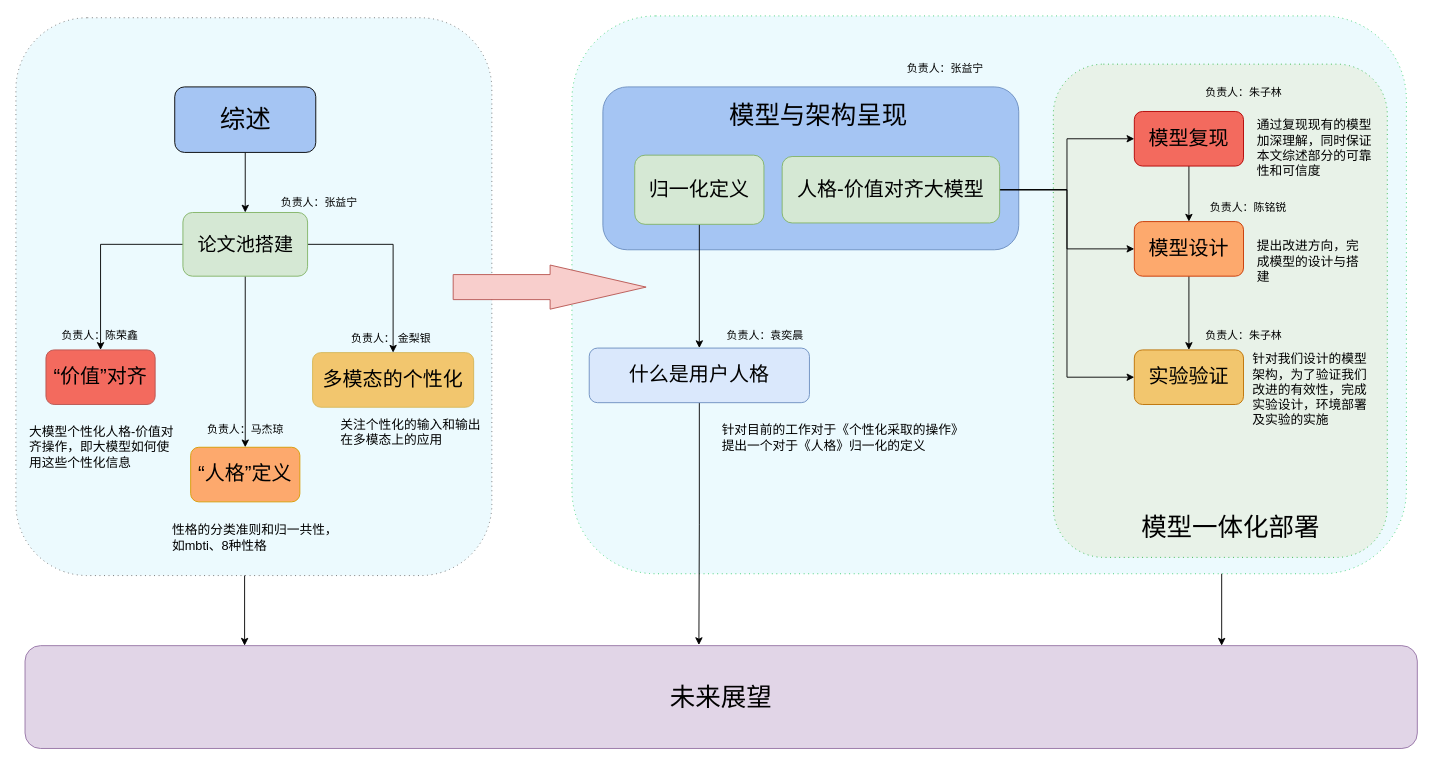
The draw.io diagram 人机交互项目框图.drawio in ZYNsama666/BackUp, before the edit. Source tidied: cells renumbered, new cells numbered last; positions are measured from the earlier drawing's top-left corner, leaving out a move shared by most shapes. Both pictures are drawn from the tidied source at 91%, with x=0, y=0 at pixel (15, 15).
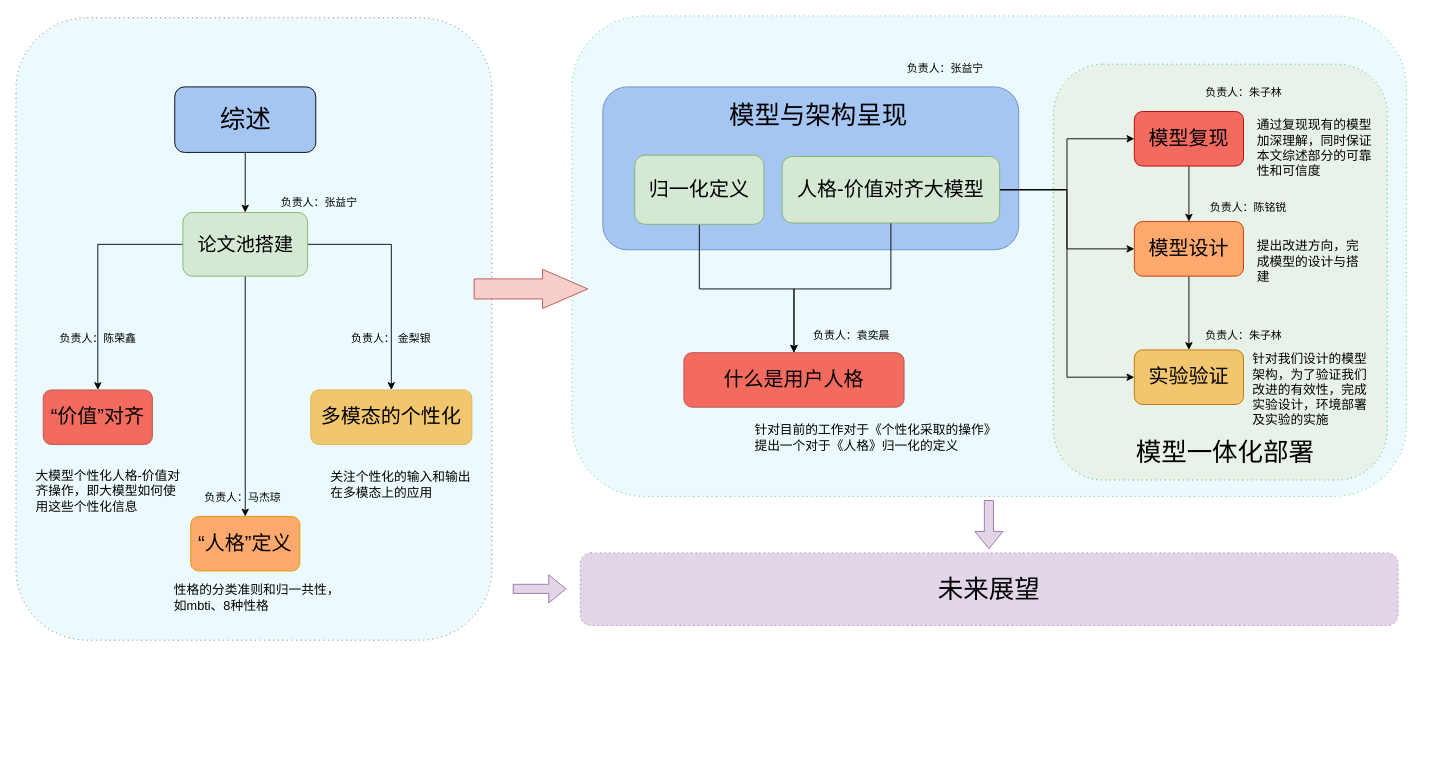
The same diagram, later.

Commit message:
更新人机交互项目框图.drawio

Unchanged cells that the change refers to:
```xml
<mxCell id="8" value="&lt;font style=&quot;font-size: 22px;&quot;&gt;归一化定义&lt;/font&gt;" style="rounded=1;whiteSpace=wrap;html=1;fillColor=#d5e8d4;strokeColor=#82b366;" parent="1" vertex="1">
  <mxGeometry x="680" y="153" width="142" height="76" as="geometry" />
</mxCell>
<mxCell id="13" value="&lt;font style=&quot;font-size: 22px;&quot;&gt;人格-价值对齐大模型&lt;/font&gt;" style="rounded=1;whiteSpace=wrap;html=1;fillColor=#d5e8d4;strokeColor=#82b366;" parent="1" vertex="1">
  <mxGeometry x="842" y="154.5" width="239" height="73" as="geometry" />
</mxCell>
```

Change to the diagram source:
```diff
@@
-    <mxCell id="2" style="endArrow=classic;html=1;rounded=0;entryX=0.485;entryY=0.003;entryDx=0;entryDy=0;entryPerimeter=0;" parent="1" edge="1">
-      <mxGeometry relative="1" as="geometry">
-        <mxPoint x="1325" y="427" as="sourcePoint" />
-        <mxPoint x="1325" y="692" as="targetPoint" />
-      </mxGeometry>
-    </mxCell>
-    <mxCell id="3" style="endArrow=classic;html=1;rounded=0;" parent="1" edge="1">
-      <mxGeometry relative="1" as="geometry">
-        <mxPoint x="251.3" y="457" as="sourcePoint" />
-        <mxPoint x="251.3" y="692" as="targetPoint" />
-      </mxGeometry>
-    </mxCell>
     <mxCell id="4" style="rounded=1;whiteSpace=wrap;html=1;dashed=1;dashPattern=1 4;strokeColor=#31CE6B;fillColor=#ECFAFE;" parent="1" vertex="1">
-      <mxGeometry x="611" width="917" height="613" as="geometry" />
+      <mxGeometry x="611" width="917" height="528" as="geometry" />
     </mxCell>
     <mxCell id="5" style="rounded=1;whiteSpace=wrap;html=1;dashed=1;dashPattern=1 4;strokeColor=#666666;fillColor=#ECFAFE;fontColor=#333333;" parent="1" vertex="1">
-      <mxGeometry y="2" width="523" height="613" as="geometry" />
+      <mxGeometry y="2" width="523" height="684" as="geometry" />
     </mxCell>
@@
     <mxCell id="7" style="edgeStyle=orthogonalEdgeStyle;rounded=0;jettySize=auto;html=1;entryX=0.5;entryY=0;entryDx=0;entryDy=0;" parent="1" edge="1" source="8" target="32">
-      <mxGeometry relative="1" as="geometry" />
+      <mxGeometry relative="1" as="geometry">
+        <Array as="points">
+          <mxPoint x="751" y="300" />
+          <mxPoint x="855" y="300" />
+        </Array>
+      </mxGeometry>
     </mxCell>
@@
     <mxCell id="9" style="rounded=1;whiteSpace=wrap;html=1;dashed=1;dashPattern=1 4;fillColor=#e8f2e8;strokeColor=#24B33C;" parent="1" vertex="1">
-      <mxGeometry x="1140" y="53" width="367" height="542" as="geometry" />
+      <mxGeometry x="1140" y="53" width="367" height="457" as="geometry" />
     </mxCell>
@@
+    <mxCell id="50" style="edgeStyle=orthogonalEdgeStyle;rounded=0;jettySize=auto;html=1;" parent="1" edge="1" source="13" target="32">
+      <mxGeometry relative="1" as="geometry">
+        <Array as="points">
+          <mxPoint x="962" y="300" />
+          <mxPoint x="855" y="300" />
+        </Array>
+      </mxGeometry>
+    </mxCell>
@@
     <mxCell id="16" value="&lt;font style=&quot;font-size: 22px;&quot;&gt;“人格”定义&lt;/font&gt;" style="rounded=1;whiteSpace=wrap;html=1;fillColor=#FDA96D;strokeColor=#d79b00;" parent="1" vertex="1">
-      <mxGeometry x="192" y="474" width="120" height="60" as="geometry" />
+      <mxGeometry x="192" y="550" width="120" height="60" as="geometry" />
     </mxCell>
     <mxCell id="17" value="性格的分类准则和归一共性，如mbti、8种性格" style="text;whiteSpace=wrap;fontSize=14;" parent="1" vertex="1">
-      <mxGeometry x="170" y="550" width="197" height="36" as="geometry" />
+      <mxGeometry x="172" y="616" width="197" height="36" as="geometry" />
     </mxCell>
     <mxCell id="18" value="大模型个性化人格-价值对齐操作，即大模型如何使用这些个性化信息" style="text;whiteSpace=wrap;fontSize=14;" parent="1" vertex="1">
-      <mxGeometry x="12.5" y="442" width="161" height="36" as="geometry" />
+      <mxGeometry x="20" y="490" width="161" height="36" as="geometry" />
     </mxCell>
     <mxCell id="19" value="&lt;font style=&quot;font-size: 22px;&quot;&gt;“价值”对齐&lt;/font&gt;" style="rounded=1;whiteSpace=wrap;html=1;fillColor=#F36A5E;strokeColor=#b85450;" parent="1" vertex="1">
-      <mxGeometry x="33" y="367" width="120" height="60" as="geometry" />
+      <mxGeometry x="30" y="411" width="120" height="60" as="geometry" />
     </mxCell>
     <mxCell id="20" value="&lt;font style=&quot;font-size: 22px;&quot;&gt;多模态的个性化&lt;/font&gt;" style="rounded=1;whiteSpace=wrap;html=1;fillColor=#F2C66E;strokeColor=#d6b656;" parent="1" vertex="1">
-      <mxGeometry x="326" y="370" width="177" height="60" as="geometry" />
+      <mxGeometry x="324" y="411" width="177" height="60" as="geometry" />
     </mxCell>
     <mxCell id="21" value="关注个性化的输入和输出在多模态上的应用" style="text;whiteSpace=wrap;fontSize=14;" parent="1" vertex="1">
-      <mxGeometry x="355" y="434" width="159" height="36" as="geometry" />
+      <mxGeometry x="344" y="492" width="159" height="36" as="geometry" />
     </mxCell>
@@
-    <mxCell id="31" style="edgeStyle=orthogonalEdgeStyle;rounded=0;jettySize=auto;html=1;entryX=0.484;entryY=-0.006;entryDx=0;entryDy=0;entryPerimeter=0;" parent="1" edge="1" source="32" target="35">
-      <mxGeometry relative="1" as="geometry" />
-    </mxCell>
-    <mxCell id="32" value="&lt;font style=&quot;font-size: 22px;&quot;&gt;什么是用户人格&lt;/font&gt;" style="rounded=1;whiteSpace=wrap;html=1;fillColor=#dae8fc;strokeColor=#6c8ebf;" parent="1" vertex="1">
-      <mxGeometry x="630" y="365" width="242" height="60" as="geometry" />
+    <mxCell id="32" value="&lt;font style=&quot;font-size: 22px;&quot;&gt;什么是用户人格&lt;/font&gt;" style="rounded=1;whiteSpace=wrap;html=1;fillColor=#F36A5E;strokeColor=#b85450;" parent="1" vertex="1">
+      <mxGeometry x="734" y="370" width="242" height="60" as="geometry" />
     </mxCell>
-    <mxCell id="33" style="shape=flexArrow;endArrow=classic;html=1;rounded=0;width=27.5;endSize=34.833333333333336;fillColor=#f8cecc;strokeColor=#b85450;" parent="1" edge="1">
-      <mxGeometry relative="1" as="geometry">
-        <mxPoint x="480" y="298" as="sourcePoint" />
-        <mxPoint x="693" y="298" as="targetPoint" />
-      </mxGeometry>
-    </mxCell>
@@
-    <mxCell id="35" value="&lt;font style=&quot;font-size: 28px;&quot;&gt;未来展望&lt;/font&gt;" style="rounded=1;whiteSpace=wrap;html=1;fillColor=#e1d5e7;strokeColor=#9673a6;" parent="1" vertex="1">
-      <mxGeometry x="10" y="692" width="1530" height="113" as="geometry" />
+    <mxCell id="35" value="&lt;font style=&quot;font-size: 28px;&quot;&gt;未来展望&lt;/font&gt;" style="rounded=1;whiteSpace=wrap;html=1;fillColor=#e1d5e7;strokeColor=#9673a6;dashed=1;dashPattern=1 4;" parent="1" vertex="1">
+      <mxGeometry x="620" y="590" width="899" height="80" as="geometry" />
     </mxCell>
@@
     <mxCell id="39" value="负责人：袁奕晨" style="text;html=1;align=center;verticalAlign=middle;whiteSpace=wrap;rounded=0;" parent="1" vertex="1">
-      <mxGeometry x="766" y="337" width="115" height="30" as="geometry" />
+      <mxGeometry x="861" y="337" width="115" height="30" as="geometry" />
     </mxCell>
     <mxCell id="40" value="针对目前的工作对于《个性化采取的操作》&#10;提出一个对于《人格》归一化的定义" style="text;whiteSpace=wrap;fontSize=14;" parent="1" vertex="1">
-      <mxGeometry x="774" y="440" width="271" height="58" as="geometry" />
+      <mxGeometry x="810" y="440" width="271" height="58" as="geometry" />
     </mxCell>
@@
     <mxCell id="46" value="负责人：陈荣鑫" style="text;html=1;align=center;verticalAlign=middle;whiteSpace=wrap;rounded=0;" parent="1" vertex="1">
-      <mxGeometry x="35" y="337" width="115" height="30" as="geometry" />
+      <mxGeometry x="32.5" y="340" width="115" height="30" as="geometry" />
     </mxCell>
     <mxCell id="47" value="负责人：马杰琼" style="text;html=1;align=center;verticalAlign=middle;whiteSpace=wrap;rounded=0;" parent="1" vertex="1">
-      <mxGeometry x="194.5" y="440" width="115" height="30" as="geometry" />
+      <mxGeometry x="192" y="514" width="115" height="30" as="geometry" />
     </mxCell>
@@
     <mxCell id="49" value="&lt;span style=&quot;font-size: 28px;&quot;&gt;模型一体化部署&lt;/span&gt;" style="text;html=1;align=center;verticalAlign=middle;whiteSpace=wrap;rounded=0;" parent="1" vertex="1">
-      <mxGeometry x="1226" y="547" width="218" height="30" as="geometry" />
+      <mxGeometry x="1220" y="465" width="218" height="30" as="geometry" />
     </mxCell>
+    <mxCell id="51" style="shape=flexArrow;endArrow=classic;html=1;rounded=0;fillColor=#e1d5e7;strokeColor=#9673a6;" parent="1" edge="1">
+      <mxGeometry relative="1" as="geometry">
+        <mxPoint x="546" y="629.6" as="sourcePoint" />
+        <mxPoint x="605" y="629.6" as="targetPoint" />
+      </mxGeometry>
+    </mxCell>
+    <mxCell id="52" style="shape=flexArrow;endArrow=classic;html=1;rounded=0;fillColor=#e1d5e7;strokeColor=#9673a6;" parent="1" edge="1">
+      <mxGeometry relative="1" as="geometry">
+        <mxPoint x="1069.2" y="532" as="sourcePoint" />
+        <mxPoint x="1069.2" y="586" as="targetPoint" />
+      </mxGeometry>
+    </mxCell>
+    <mxCell id="53" style="shape=flexArrow;endArrow=classic;html=1;rounded=0;fillColor=#f8cecc;strokeColor=#b85450;width=22.06896551724138;endSize=16.255172413793105;" parent="1" edge="1">
+      <mxGeometry relative="1" as="geometry">
+        <mxPoint x="503" y="300" as="sourcePoint" />
+        <mxPoint x="629" y="300" as="targetPoint" />
+      </mxGeometry>
+    </mxCell>
```
